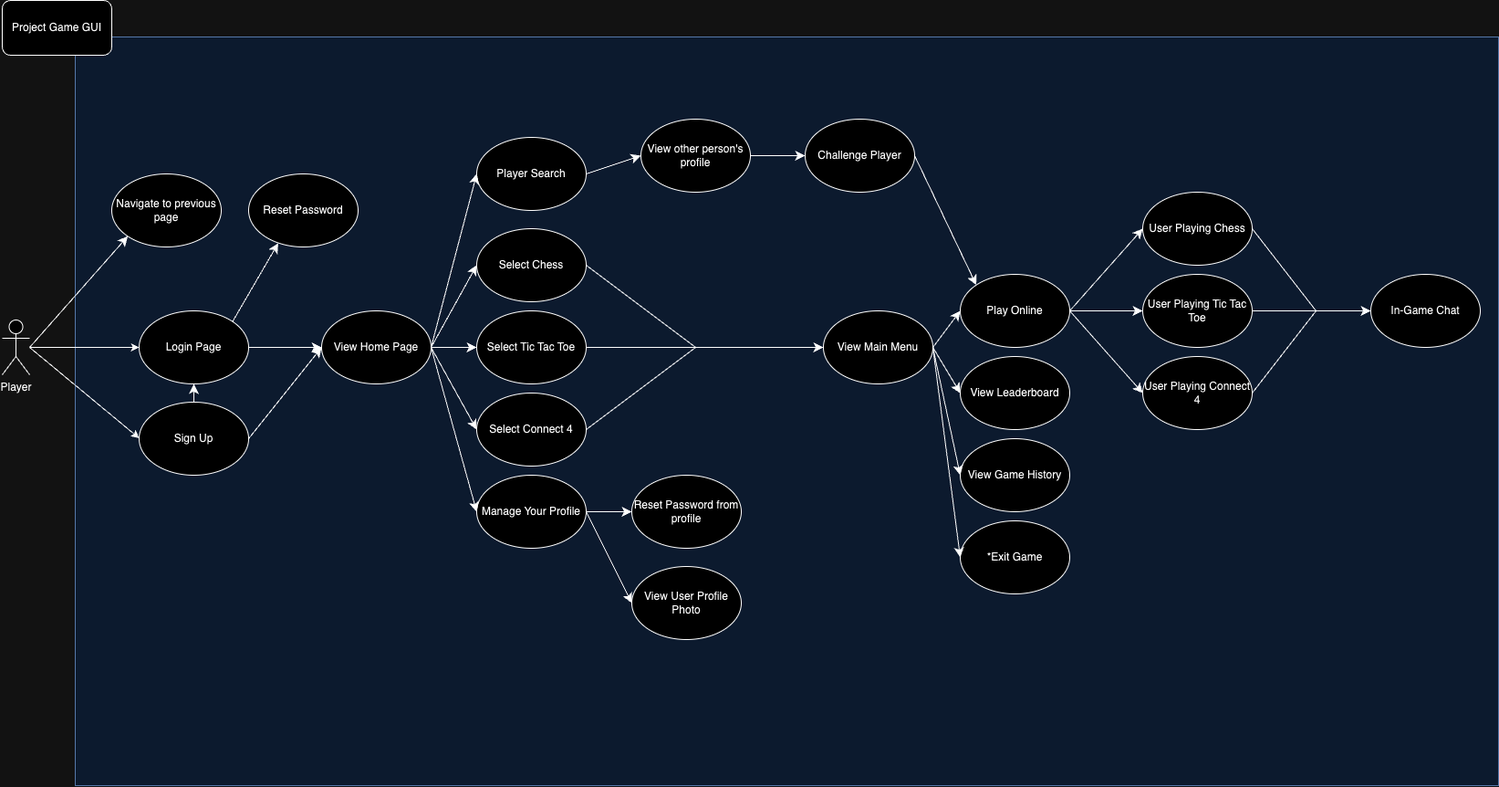
This is GUI/Usecase Description/Use-Case-Diagram-GUI.png from Ri-html/SENG-300-FINAL-GROUP-PROJECT, a draw.io export, as it was before one commit. Source tidied: cells renumbered, new cells last; positions are measured from the earlier drawing's top-left corner, leaving out a move shared by most shapes. The source it was exported from:
```xml
<mxGraphModel>
  <root>
    <mxCell id="0" />
    <mxCell id="1" parent="0" />
    <mxCell id="2" style="whiteSpace=wrap;html=1;fillColor=#dae8fc;strokeColor=#6c8ebf;" parent="1" vertex="1">
      <mxGeometry x="80" y="40" width="1560" height="820" as="geometry" />
    </mxCell>
    <mxCell id="3" value="Player" style="shape=umlActor;verticalLabelPosition=bottom;verticalAlign=top;html=1;" parent="1" vertex="1">
      <mxGeometry y="350" width="30" height="60" as="geometry" />
    </mxCell>
    <mxCell id="4" value="Navigate to previous page" style="ellipse;whiteSpace=wrap;html=1;" parent="1" vertex="1">
      <mxGeometry x="120" y="190" width="120" height="80" as="geometry" />
    </mxCell>
    <mxCell id="5" value="User Playing Connect 4" style="ellipse;whiteSpace=wrap;html=1;" parent="1" vertex="1">
      <mxGeometry x="1250" y="390" width="120" height="80" as="geometry" />
    </mxCell>
    <mxCell id="6" value="User Playing Tic Tac Toe" style="ellipse;whiteSpace=wrap;html=1;" parent="1" vertex="1">
      <mxGeometry x="1250" y="300" width="120" height="80" as="geometry" />
    </mxCell>
    <mxCell id="7" value="User Playing Chess" style="ellipse;whiteSpace=wrap;html=1;" parent="1" vertex="1">
      <mxGeometry x="1250" y="210" width="120" height="80" as="geometry" />
    </mxCell>
    <mxCell id="8" value="View Leaderboard" style="ellipse;whiteSpace=wrap;html=1;" parent="1" vertex="1">
      <mxGeometry x="1050" y="390" width="120" height="80" as="geometry" />
    </mxCell>
    <mxCell id="9" value="View Game History" style="ellipse;whiteSpace=wrap;html=1;" parent="1" vertex="1">
      <mxGeometry x="1050" y="480" width="120" height="80" as="geometry" />
    </mxCell>
    <mxCell id="10" value="View User Profile Photo" style="ellipse;whiteSpace=wrap;html=1;" parent="1" vertex="1">
      <mxGeometry x="690" y="620" width="120" height="80" as="geometry" />
    </mxCell>
    <mxCell id="11" value="Login Page" style="ellipse;whiteSpace=wrap;html=1;" parent="1" vertex="1">
      <mxGeometry x="150" y="340" width="120" height="80" as="geometry" />
    </mxCell>
    <mxCell id="12" value="Sign Up" style="ellipse;whiteSpace=wrap;html=1;" parent="1" vertex="1">
      <mxGeometry x="150" y="440" width="120" height="80" as="geometry" />
    </mxCell>
    <mxCell id="13" style="rounded=0;jettySize=auto;html=1;exitX=1;exitY=0.3333333333333333;exitDx=0;exitDy=0;exitPerimeter=0;entryX=0;entryY=0.5;entryDx=0;entryDy=0;" parent="1" edge="1" target="11">
      <mxGeometry relative="1" as="geometry">
        <mxPoint x="30" y="380" as="sourcePoint" />
      </mxGeometry>
    </mxCell>
    <mxCell id="14" value="Reset Password" style="ellipse;whiteSpace=wrap;html=1;" parent="1" vertex="1">
      <mxGeometry x="270" y="190" width="120" height="80" as="geometry" />
    </mxCell>
    <mxCell id="15" value="View Home Page" style="ellipse;whiteSpace=wrap;html=1;" parent="1" vertex="1">
      <mxGeometry x="350" y="340" width="120" height="80" as="geometry" />
    </mxCell>
    <mxCell id="16" value="Manage Your Profile" style="ellipse;whiteSpace=wrap;html=1;" parent="1" vertex="1">
      <mxGeometry x="520" y="520" width="120" height="80" as="geometry" />
    </mxCell>
    <mxCell id="17" value="Select Chess" style="ellipse;whiteSpace=wrap;html=1;" parent="1" vertex="1">
      <mxGeometry x="520" y="250" width="120" height="80" as="geometry" />
    </mxCell>
    <mxCell id="18" value="Select Connect 4" style="ellipse;whiteSpace=wrap;html=1;" parent="1" vertex="1">
      <mxGeometry x="520" y="430" width="120" height="80" as="geometry" />
    </mxCell>
    <mxCell id="19" value="Select Tic Tac Toe" style="ellipse;whiteSpace=wrap;html=1;" parent="1" vertex="1">
      <mxGeometry x="520" y="340" width="120" height="80" as="geometry" />
    </mxCell>
    <mxCell id="20" style="endArrow=classic;html=1;rounded=0;fontSize=12;startSize=8;endSize=8;curved=1;" parent="1" edge="1" target="15">
      <mxGeometry relative="1" as="geometry">
        <mxPoint x="270" y="380" as="sourcePoint" />
      </mxGeometry>
    </mxCell>
    <mxCell id="21" style="endArrow=classic;html=1;rounded=0;fontSize=12;startSize=8;endSize=8;curved=1;entryX=0;entryY=0.5;entryDx=0;entryDy=0;" parent="1" edge="1" target="18">
      <mxGeometry relative="1" as="geometry">
        <mxPoint x="470" y="380" as="sourcePoint" />
      </mxGeometry>
    </mxCell>
    <mxCell id="22" style="endArrow=classic;html=1;rounded=0;fontSize=12;startSize=8;endSize=8;curved=1;entryX=0;entryY=0.5;entryDx=0;entryDy=0;" parent="1" edge="1" target="19">
      <mxGeometry relative="1" as="geometry">
        <mxPoint x="470" y="380" as="sourcePoint" />
      </mxGeometry>
    </mxCell>
    <mxCell id="23" style="endArrow=classic;html=1;rounded=0;fontSize=12;startSize=8;endSize=8;curved=1;entryX=0;entryY=0.5;entryDx=0;entryDy=0;exitX=1;exitY=0.5;exitDx=0;exitDy=0;" parent="1" edge="1" source="15" target="17">
      <mxGeometry relative="1" as="geometry" />
    </mxCell>
    <mxCell id="24" style="rounded=0;orthogonalLoop=1;jettySize=auto;html=1;entryX=0;entryY=0.5;entryDx=0;entryDy=0;" parent="1" edge="1">
      <mxGeometry relative="1" as="geometry">
        <mxPoint x="30" y="380" as="sourcePoint" />
        <mxPoint x="150" y="479.4" as="targetPoint" />
      </mxGeometry>
    </mxCell>
    <mxCell id="25" style="endArrow=classic;html=1;rounded=0;fontSize=12;startSize=8;endSize=8;curved=1;entryX=0;entryY=0.5;entryDx=0;entryDy=0;" parent="1" edge="1" target="15">
      <mxGeometry relative="1" as="geometry">
        <mxPoint x="270" y="480" as="sourcePoint" />
      </mxGeometry>
    </mxCell>
    <mxCell id="26" style="endArrow=classic;html=1;rounded=0;fontSize=12;startSize=8;endSize=8;curved=1;exitX=0.5;exitY=0;exitDx=0;exitDy=0;entryX=0.5;entryY=1;entryDx=0;entryDy=0;" parent="1" edge="1" source="12" target="11">
      <mxGeometry relative="1" as="geometry" />
    </mxCell>
    <mxCell id="27" style="endArrow=classic;html=1;rounded=0;fontSize=12;startSize=8;endSize=8;curved=1;entryX=0;entryY=0.5;entryDx=0;entryDy=0;" parent="1" edge="1" target="16">
      <mxGeometry relative="1" as="geometry">
        <mxPoint x="470" y="380" as="sourcePoint" />
      </mxGeometry>
    </mxCell>
    <mxCell id="28" style="endArrow=classic;html=1;rounded=0;fontSize=12;startSize=8;endSize=8;curved=1;entryX=0.27;entryY=0.949;entryDx=0;entryDy=0;entryPerimeter=0;exitX=1;exitY=0;exitDx=0;exitDy=0;" parent="1" edge="1" source="11" target="14">
      <mxGeometry relative="1" as="geometry" />
    </mxCell>
    <mxCell id="29" value="Player Search" style="ellipse;whiteSpace=wrap;html=1;" parent="1" vertex="1">
      <mxGeometry x="520" y="150" width="120" height="80" as="geometry" />
    </mxCell>
    <mxCell id="30" style="endArrow=classic;html=1;rounded=0;fontSize=12;startSize=8;endSize=8;curved=1;entryX=0;entryY=0.5;entryDx=0;entryDy=0;" parent="1" edge="1" target="29">
      <mxGeometry relative="1" as="geometry">
        <mxPoint x="470" y="380" as="sourcePoint" />
      </mxGeometry>
    </mxCell>
    <mxCell id="31" value="Reset Password from profile" style="ellipse;whiteSpace=wrap;html=1;" parent="1" vertex="1">
      <mxGeometry x="690" y="520" width="120" height="80" as="geometry" />
    </mxCell>
    <mxCell id="32" style="edgeStyle=none;curved=1;rounded=0;jettySize=auto;html=1;fontSize=12;startSize=8;endSize=8;exitX=1;exitY=0.5;exitDx=0;exitDy=0;entryX=0;entryY=0.5;entryDx=0;entryDy=0;" parent="1" edge="1" source="16" target="31">
      <mxGeometry relative="1" as="geometry" />
    </mxCell>
    <mxCell id="33" value="*Exit Game" style="ellipse;whiteSpace=wrap;html=1;" parent="1" vertex="1">
      <mxGeometry x="1050" y="570" width="120" height="80" as="geometry" />
    </mxCell>
    <mxCell id="34" style="endArrow=none;html=1;rounded=0;fontSize=12;startSize=8;endSize=8;curved=1;" parent="1" edge="1">
      <mxGeometry relative="1" as="geometry">
        <mxPoint x="640" y="290" as="sourcePoint" />
        <mxPoint x="760" y="380" as="targetPoint" />
      </mxGeometry>
    </mxCell>
    <mxCell id="35" style="endArrow=none;html=1;rounded=0;fontSize=12;startSize=8;endSize=8;curved=1;" parent="1" edge="1">
      <mxGeometry relative="1" as="geometry">
        <mxPoint x="640" y="470" as="sourcePoint" />
        <mxPoint x="760" y="380" as="targetPoint" />
      </mxGeometry>
    </mxCell>
    <mxCell id="36" style="endArrow=none;html=1;rounded=0;fontSize=12;startSize=8;endSize=8;curved=1;exitX=1;exitY=0.5;exitDx=0;exitDy=0;" parent="1" edge="1" source="19">
      <mxGeometry relative="1" as="geometry">
        <mxPoint x="790" y="380" as="targetPoint" />
      </mxGeometry>
    </mxCell>
    <mxCell id="37" style="endArrow=classic;html=1;rounded=0;fontSize=12;startSize=8;endSize=8;curved=1;entryX=0;entryY=0.5;entryDx=0;entryDy=0;" parent="1" edge="1" target="43">
      <mxGeometry relative="1" as="geometry">
        <mxPoint x="790" y="380" as="sourcePoint" />
      </mxGeometry>
    </mxCell>
    <mxCell id="38" value="In-Game Chat" style="ellipse;whiteSpace=wrap;html=1;" parent="1" vertex="1">
      <mxGeometry x="1500" y="300" width="120" height="80" as="geometry" />
    </mxCell>
    <mxCell id="39" style="edgeStyle=none;curved=1;rounded=0;jettySize=auto;html=1;fontSize=12;startSize=8;endSize=8;exitX=1;exitY=0.5;exitDx=0;exitDy=0;entryX=0;entryY=0.5;entryDx=0;entryDy=0;" parent="1" edge="1" source="29" target="40">
      <mxGeometry relative="1" as="geometry" />
    </mxCell>
    <mxCell id="40" value="View other person's profile" style="ellipse;whiteSpace=wrap;html=1;" parent="1" vertex="1">
      <mxGeometry x="700" y="130" width="120" height="80" as="geometry" />
    </mxCell>
    <mxCell id="41" value="Challenge Player" style="ellipse;whiteSpace=wrap;html=1;" parent="1" vertex="1">
      <mxGeometry x="880" y="130" width="120" height="80" as="geometry" />
    </mxCell>
    <mxCell id="42" style="edgeStyle=none;curved=1;rounded=0;jettySize=auto;html=1;fontSize=12;startSize=8;endSize=8;exitX=1;exitY=0.5;exitDx=0;exitDy=0;entryX=0;entryY=0.5;entryDx=0;entryDy=0;" parent="1" edge="1" target="41">
      <mxGeometry relative="1" as="geometry">
        <mxPoint x="820" y="170" as="sourcePoint" />
      </mxGeometry>
    </mxCell>
    <mxCell id="43" value="View Main Menu" style="ellipse;whiteSpace=wrap;html=1;" parent="1" vertex="1">
      <mxGeometry x="900" y="340" width="120" height="80" as="geometry" />
    </mxCell>
    <mxCell id="44" value="Play Online" style="ellipse;whiteSpace=wrap;html=1;" parent="1" vertex="1">
      <mxGeometry x="1050" y="300" width="120" height="80" as="geometry" />
    </mxCell>
    <mxCell id="45" style="endArrow=classic;html=1;rounded=0;fontSize=12;startSize=8;endSize=8;curved=1;exitX=1;exitY=0.5;exitDx=0;exitDy=0;entryX=0;entryY=0;entryDx=0;entryDy=0;" parent="1" edge="1" source="41" target="44">
      <mxGeometry relative="1" as="geometry" />
    </mxCell>
    <mxCell id="46" style="endArrow=classic;html=1;rounded=0;fontSize=12;startSize=8;endSize=8;curved=1;exitX=1;exitY=0.5;exitDx=0;exitDy=0;entryX=0;entryY=0.5;entryDx=0;entryDy=0;" parent="1" edge="1" source="44" target="6">
      <mxGeometry relative="1" as="geometry" />
    </mxCell>
    <mxCell id="47" style="endArrow=classic;html=1;rounded=0;fontSize=12;startSize=8;endSize=8;curved=1;entryX=0;entryY=0.5;entryDx=0;entryDy=0;" parent="1" edge="1" target="44">
      <mxGeometry relative="1" as="geometry">
        <mxPoint x="1020" y="380" as="sourcePoint" />
      </mxGeometry>
    </mxCell>
    <mxCell id="48" style="endArrow=classic;html=1;rounded=0;fontSize=12;startSize=8;endSize=8;curved=1;entryX=0;entryY=0.5;entryDx=0;entryDy=0;" parent="1" edge="1" target="10">
      <mxGeometry relative="1" as="geometry">
        <mxPoint x="640" y="560" as="sourcePoint" />
      </mxGeometry>
    </mxCell>
    <mxCell id="49" style="endArrow=classic;html=1;rounded=0;fontSize=12;startSize=8;endSize=8;curved=1;entryX=0;entryY=0.5;entryDx=0;entryDy=0;" parent="1" edge="1" target="7">
      <mxGeometry relative="1" as="geometry">
        <mxPoint x="1170" y="340" as="sourcePoint" />
      </mxGeometry>
    </mxCell>
    <mxCell id="50" style="endArrow=classic;html=1;rounded=0;fontSize=12;startSize=8;endSize=8;curved=1;entryX=0;entryY=1;entryDx=0;entryDy=0;" parent="1" edge="1" target="4">
      <mxGeometry relative="1" as="geometry">
        <mxPoint x="30" y="380" as="sourcePoint" />
      </mxGeometry>
    </mxCell>
    <mxCell id="51" style="endArrow=classic;html=1;rounded=0;fontSize=12;startSize=8;endSize=8;curved=1;exitX=1;exitY=0.5;exitDx=0;exitDy=0;entryX=0;entryY=0.5;entryDx=0;entryDy=0;" parent="1" edge="1" source="44" target="5">
      <mxGeometry relative="1" as="geometry" />
    </mxCell>
    <mxCell id="52" style="endArrow=none;html=1;rounded=0;fontSize=12;startSize=8;endSize=8;curved=1;exitX=1;exitY=0.5;exitDx=0;exitDy=0;" parent="1" edge="1" source="7">
      <mxGeometry relative="1" as="geometry">
        <mxPoint x="1440" y="340" as="targetPoint" />
      </mxGeometry>
    </mxCell>
    <mxCell id="53" style="endArrow=classic;html=1;rounded=0;fontSize=12;startSize=8;endSize=8;curved=1;exitX=1;exitY=0.5;exitDx=0;exitDy=0;entryX=0;entryY=0.5;entryDx=0;entryDy=0;" parent="1" edge="1" source="6" target="38">
      <mxGeometry relative="1" as="geometry" />
    </mxCell>
    <mxCell id="54" style="endArrow=none;html=1;rounded=0;fontSize=12;startSize=8;endSize=8;curved=1;exitX=1;exitY=0.5;exitDx=0;exitDy=0;" parent="1" edge="1" source="5">
      <mxGeometry relative="1" as="geometry">
        <mxPoint x="1440" y="340" as="targetPoint" />
      </mxGeometry>
    </mxCell>
    <mxCell id="55" value="Project Game GUI" style="rounded=1;whiteSpace=wrap;html=1;" parent="1" vertex="1">
      <mxGeometry width="120" height="60" as="geometry" />
    </mxCell>
    <mxCell id="56" style="endArrow=classic;html=1;rounded=0;fontSize=12;startSize=8;endSize=8;curved=1;entryX=0;entryY=0.5;entryDx=0;entryDy=0;" parent="1" edge="1" target="8">
      <mxGeometry relative="1" as="geometry">
        <mxPoint x="1020" y="380" as="sourcePoint" />
      </mxGeometry>
    </mxCell>
    <mxCell id="57" style="endArrow=classic;html=1;rounded=0;fontSize=12;startSize=8;endSize=8;curved=1;exitX=1;exitY=0.5;exitDx=0;exitDy=0;entryX=0;entryY=0.5;entryDx=0;entryDy=0;" parent="1" edge="1" source="43" target="9">
      <mxGeometry relative="1" as="geometry" />
    </mxCell>
    <mxCell id="58" style="endArrow=classic;html=1;rounded=0;fontSize=12;startSize=8;endSize=8;curved=1;entryX=0;entryY=0.5;entryDx=0;entryDy=0;" parent="1" edge="1" target="33">
      <mxGeometry relative="1" as="geometry">
        <mxPoint x="1020" y="380" as="sourcePoint" />
      </mxGeometry>
    </mxCell>
  </root>
</mxGraphModel>
```
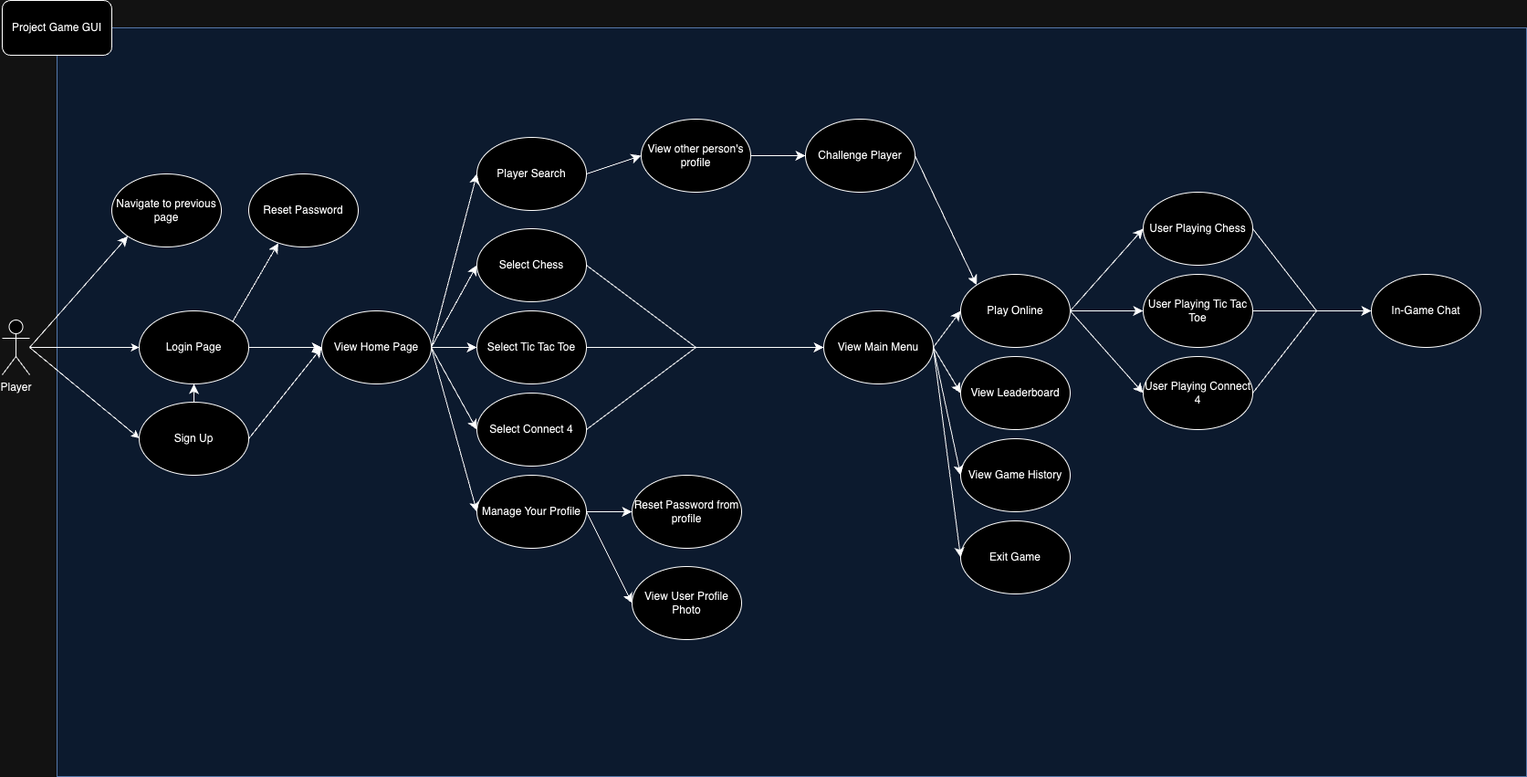
The same diagram one commit later.

Commit message:
Reformatted Use Case Diagram

What changed in the source:
```diff
@@ -3,7 +3,7 @@
     <mxCell id="0" />
     <mxCell id="1" parent="0" />
     <mxCell id="2" style="whiteSpace=wrap;html=1;fillColor=#dae8fc;strokeColor=#6c8ebf;" parent="1" vertex="1">
-      <mxGeometry x="80" y="40" width="1560" height="820" as="geometry" />
+      <mxGeometry x="60" y="30" width="1610" height="820" as="geometry" />
     </mxCell>
     <mxCell id="3" value="Player" style="shape=umlActor;verticalLabelPosition=bottom;verticalAlign=top;html=1;" parent="1" vertex="1">
       <mxGeometry y="350" width="30" height="60" as="geometry" />
@@ -112,7 +112,7 @@
     <mxCell id="32" style="edgeStyle=none;curved=1;rounded=0;jettySize=auto;html=1;fontSize=12;startSize=8;endSize=8;exitX=1;exitY=0.5;exitDx=0;exitDy=0;entryX=0;entryY=0.5;entryDx=0;entryDy=0;" parent="1" edge="1" source="16" target="31">
       <mxGeometry relative="1" as="geometry" />
     </mxCell>
-    <mxCell id="33" value="*Exit Game" style="ellipse;whiteSpace=wrap;html=1;" parent="1" vertex="1">
+    <mxCell id="33" value="Exit Game" style="ellipse;whiteSpace=wrap;html=1;" parent="1" vertex="1">
       <mxGeometry x="1050" y="570" width="120" height="80" as="geometry" />
     </mxCell>
     <mxCell id="34" style="endArrow=none;html=1;rounded=0;fontSize=12;startSize=8;endSize=8;curved=1;" parent="1" edge="1">
```
